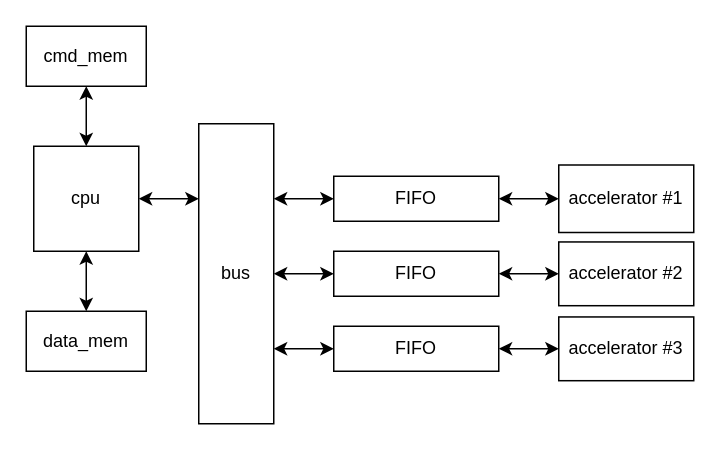
Above: page "cpu" (3 of 3) of docs/block_diagram.drawio in trickybestia/function_plotter (draw.io), before the change. Source tidied: cells renumbered, new cells numbered last; positions are measured from the earlier drawing's top-left corner, leaving out a move shared by most shapes. Both pictures are drawn from the tidied source at 150%, with x=0, y=0 at pixel (26, 26).
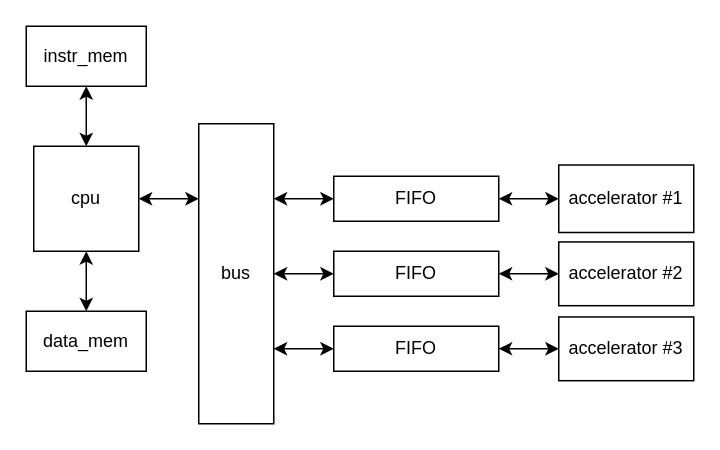
Above is the later version.

Commit message:
Rename cmd_mem to instr_mem

The edit, as a diff of the source:
```diff
@@
-    <mxCell id="6" value="cmd_mem" style="rounded=0;whiteSpace=wrap;html=1;" parent="1" vertex="1">
+    <mxCell id="6" value="instr_&lt;span style=&quot;background-color: transparent; color: light-dark(rgb(0, 0, 0), rgb(255, 255, 255));&quot;&gt;mem&lt;/span&gt;" style="rounded=0;whiteSpace=wrap;html=1;" parent="1" vertex="1">
       <mxGeometry width="80" height="40" as="geometry" />
     </mxCell>
```
